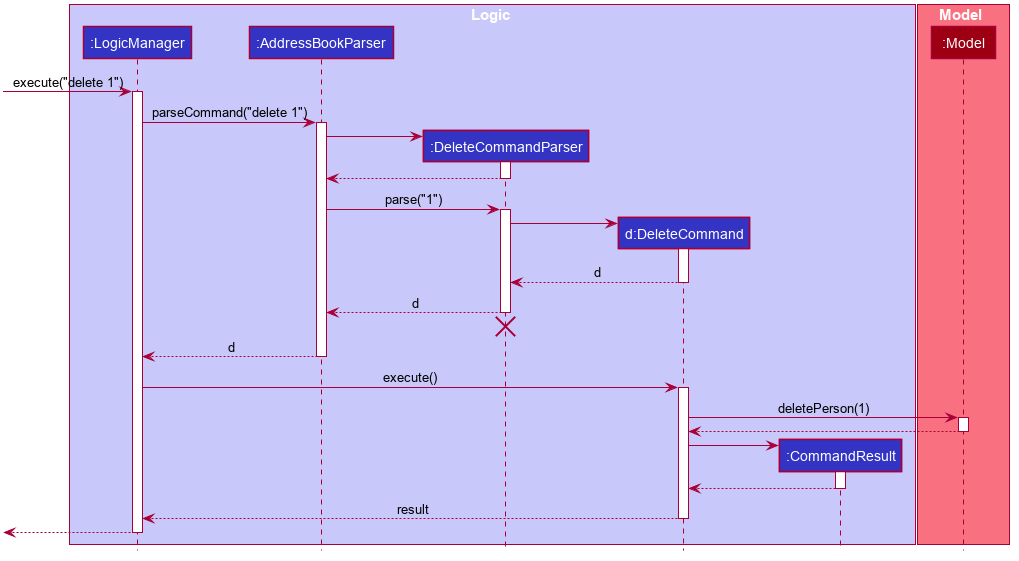
Before: docs/images/DeleteSequenceDiagram.png, a diagram exported from PlantUML (nus-cs2103-AY2223S2/tp).
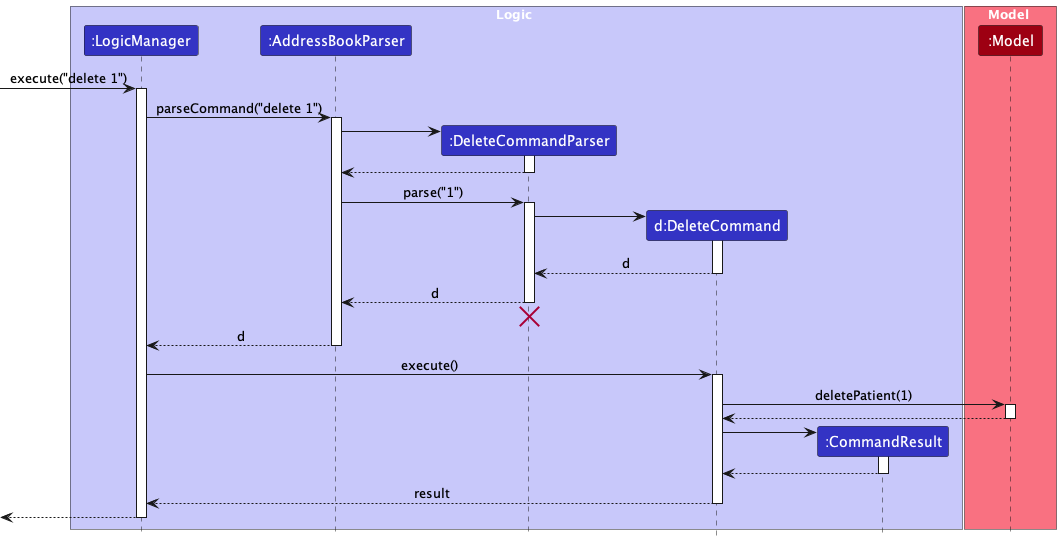
The same diagram one commit later.

The edit, as a diff of the source:
```diff
@@ -1,63 +1,16 @@
 @startuml
+!include style.puml
 
-
-
-
-
-
-
-
-skinparam BackgroundColor #FFFFFFF
-
-skinparam Shadowing false
-
-skinparam Class {
-    FontColor #FFFFFF
-    BorderThickness 1
-    BorderColor #FFFFFF
-    StereotypeFontColor #FFFFFF
-    FontName Arial
-}
-
-skinparam Actor {
-    BorderColor #000000
-    Color #000000
-    FontName Arial
-}
-
-skinparam Sequence {
-    MessageAlign center
-    BoxFontSize 15
-    BoxPadding 0
-    BoxFontColor #FFFFFF
-    FontName Arial
-}
-
-skinparam Participant {
-    FontColor #FFFFFFF
-    Padding 20
-}
-
-skinparam MinClassWidth 50
-skinparam ParticipantPadding 10
-skinparam Shadowing false
-skinparam DefaultTextAlignment center
-skinparam packageStyle Rectangle
-
-hide footbox
-hide members
-hide circle
-
-box Logic #C8C8FA
-participant ":LogicManager" as LogicManager #3333C4
-participant ":AddressBookParser" as AddressBookParser #3333C4
-participant ":DeleteCommandParser" as DeleteCommandParser #3333C4
-participant "d:DeleteCommand" as DeleteCommand #3333C4
-participant ":CommandResult" as CommandResult #3333C4
+box Logic LOGIC_COLOR_T1
+participant ":LogicManager" as LogicManager LOGIC_COLOR
+participant ":AddressBookParser" as AddressBookParser LOGIC_COLOR
+participant ":DeleteCommandParser" as DeleteCommandParser LOGIC_COLOR
+participant "d:DeleteCommand" as DeleteCommand LOGIC_COLOR
+participant ":CommandResult" as CommandResult LOGIC_COLOR
 end box
 
-box Model #F97181
-participant ":Model" as Model #9D0012
+box Model MODEL_COLOR_T1
+participant ":Model" as Model MODEL_COLOR
 end box
 
 [-> LogicManager : execute("delete 1")
@@ -94,7 +47,7 @@
 LogicManager -> DeleteCommand : execute()
 activate DeleteCommand
 
-DeleteCommand -> Model : deletePerson(1)
+DeleteCommand -> Model : deletePatient(1)
 activate Model
 
 Model --> DeleteCommand
```
